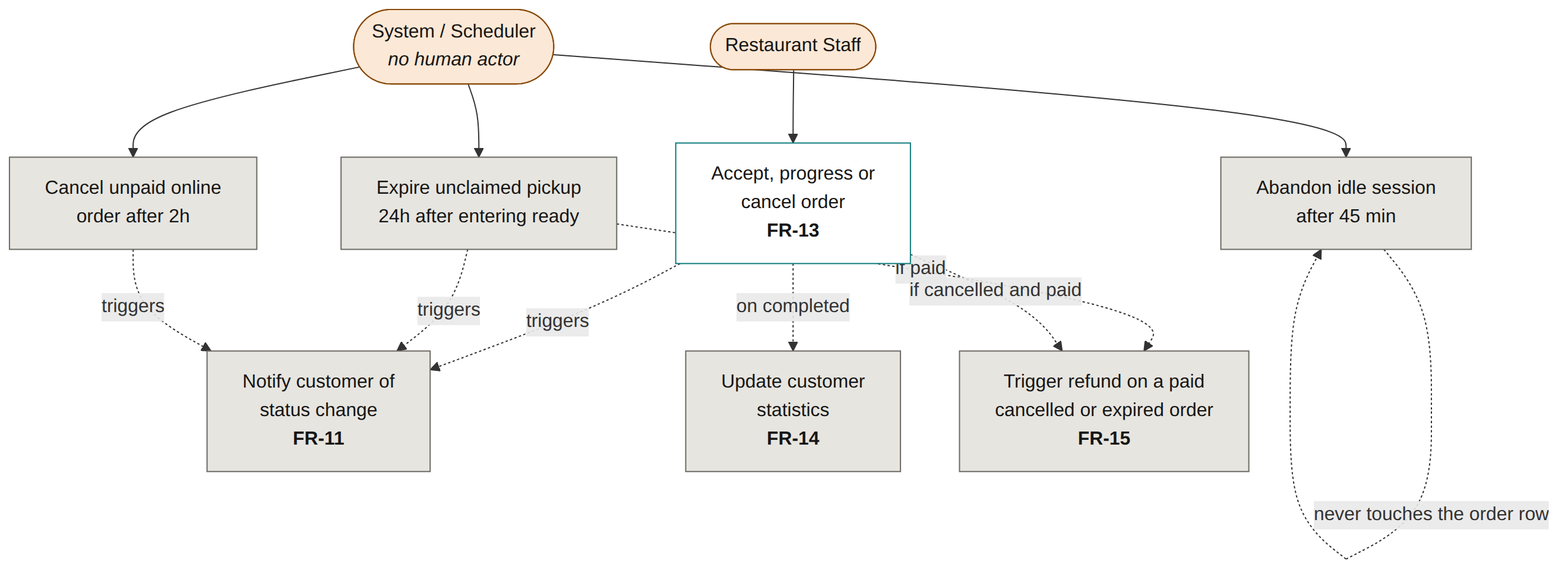
Above: docs/diagrams/03c-use-case-system.png in mozz-labs/sufria (Mermaid), before the change. Its source is kept beside it as docs/diagrams/03c-use-case-system.mmd.
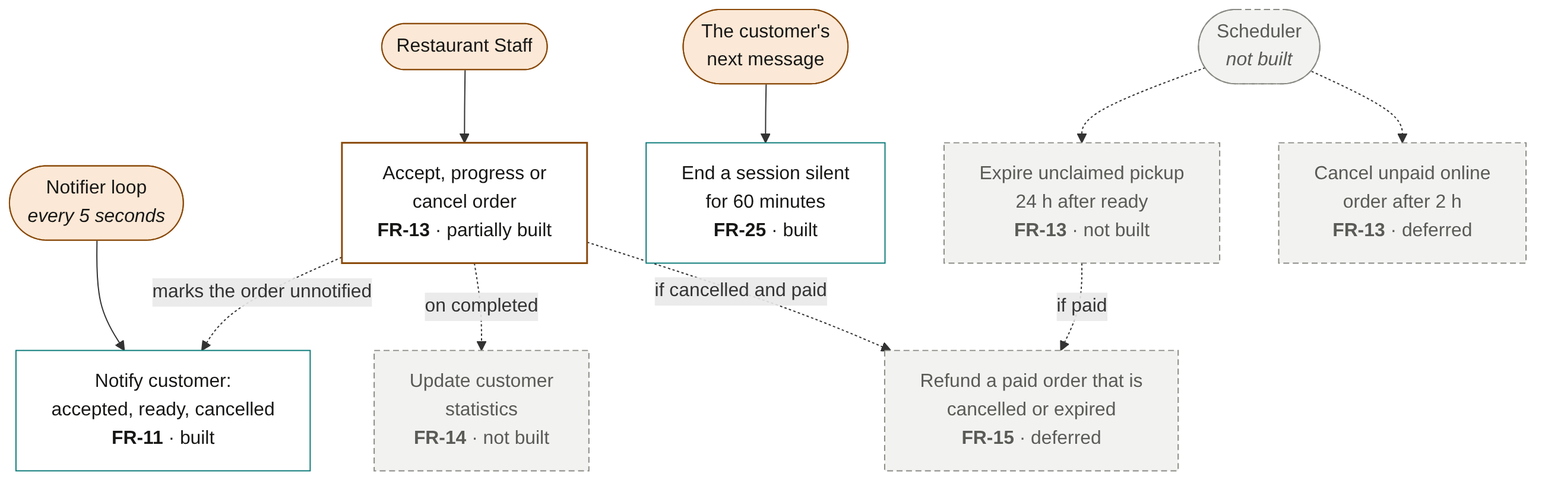
After the change.

Diff of the diagram source:
```diff
@@ -2,26 +2,29 @@
     classDef actor fill:#FCE8D6,stroke:#8A4A0A,stroke-width:1px,color:#161615
     classDef sysuc fill:#E7E5E0,stroke:#6B6963,stroke-width:1px,color:#161615
     classDef uc fill:#FFFFFF,stroke:#0E7C7B,color:#161615
+    classDef part fill:#FFFFFF,stroke:#8A4A0A,stroke-width:1.5px,color:#161615
+    classDef defer fill:#F2F2F0,stroke:#8A8A85,stroke-width:1px,stroke-dasharray:5 3,color:#5A5A57
+    classDef deferactor fill:#F2F2F0,stroke:#8A8A85,stroke-width:1px,stroke-dasharray:5 3,color:#5A5A57
 
-    SYS(["System / Scheduler<br/><i>no human actor</i>"]):::actor
     STAFF(["Restaurant Staff"]):::actor
+    NOTIFIER(["Notifier loop<br/><i>every 5 seconds</i>"]):::actor
+    NEXTMSG(["The customer's<br/>next message"]):::actor
+    SCH(["Scheduler<br/><i>not built</i>"]):::deferactor
 
-    U13["Accept, progress or<br/>cancel order<br/><b>FR-13</b>"]:::uc
-    U11["Notify customer of<br/>status change<br/><b>FR-11</b>"]:::sysuc
-    U14["Update customer<br/>statistics<br/><b>FR-14</b>"]:::sysuc
-    UT1["Expire unclaimed pickup<br/>24h after entering ready"]:::sysuc
-    UT2["Cancel unpaid online<br/>order after 2h"]:::sysuc
-    UT3["Abandon idle session<br/>after 45 min"]:::sysuc
-    U15["Trigger refund on a paid<br/>cancelled or expired order<br/><b>FR-15</b>"]:::sysuc
+    U13["Accept, progress or<br/>cancel order<br/><b>FR-13</b> · partially built"]:::part
+    U11["Notify customer:<br/>accepted, ready, cancelled<br/><b>FR-11</b> · built"]:::uc
+    UT3["End a session silent<br/>for 60 minutes<br/><b>FR-25</b> · built"]:::uc
+    U14["Update customer<br/>statistics<br/><b>FR-14</b> · not built"]:::defer
+    UT1["Expire unclaimed pickup<br/>24 h after ready<br/><b>FR-13</b> · not built"]:::defer
+    UT2["Cancel unpaid online<br/>order after 2 h<br/><b>FR-13</b> · deferred"]:::defer
+    U15["Refund a paid order that is<br/>cancelled or expired<br/><b>FR-15</b> · deferred"]:::defer
 
     STAFF --> U13
-    SYS --> UT1
-    SYS --> UT2
-    SYS --> UT3
-    U13 -. "triggers" .-> U11
+    NOTIFIER --> U11
+    NEXTMSG --> UT3
+    SCH -.-> UT1
+    SCH -.-> UT2
+    U13 -. "marks the order unnotified" .-> U11
     U13 -. "on completed" .-> U14
-    UT1 -. "triggers" .-> U11
-    UT2 -. "triggers" .-> U11
     UT1 -. "if paid" .-> U15
     U13 -. "if cancelled and paid" .-> U15
-    UT3 -. "never touches the order row" .-> UT3
```
